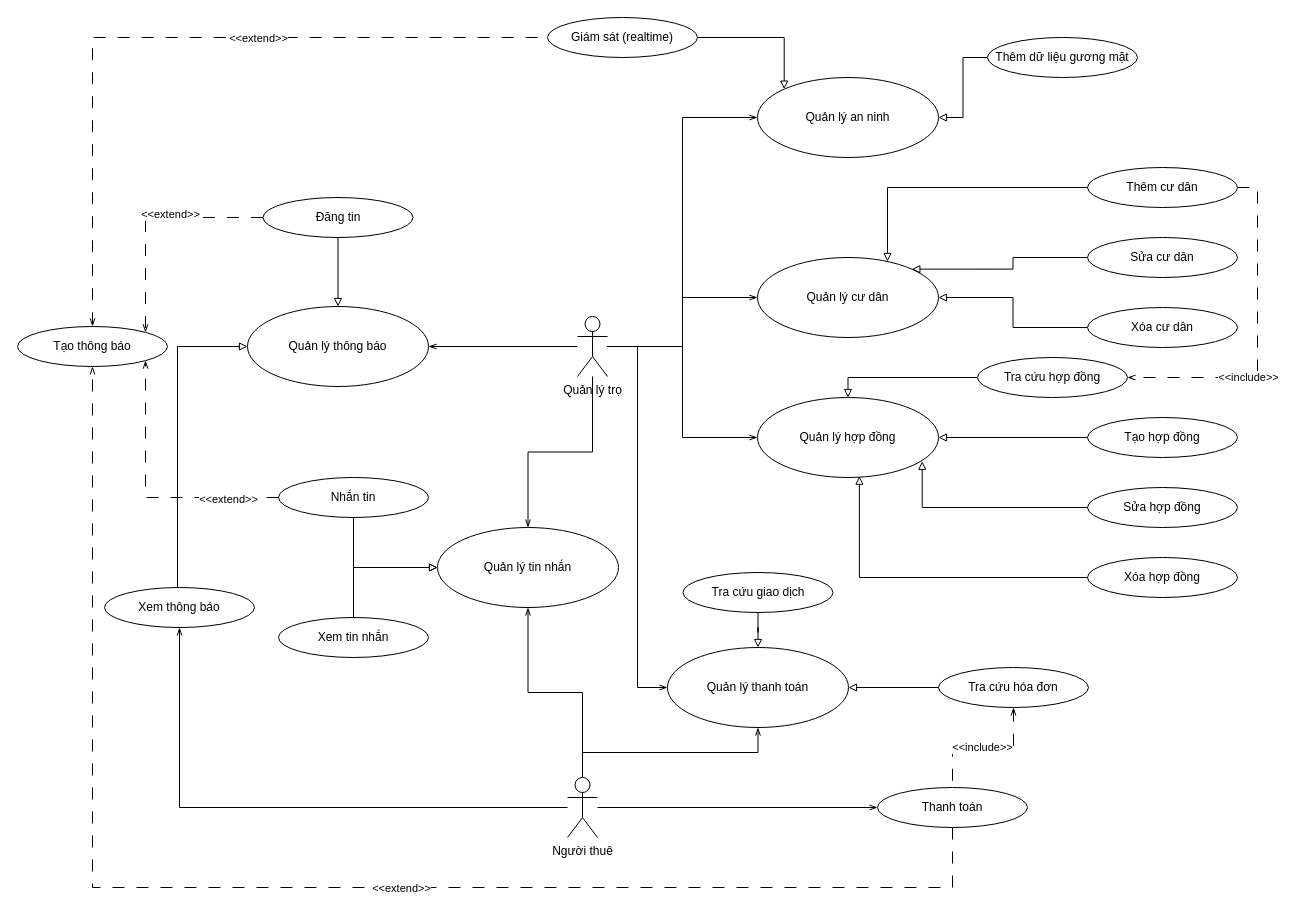
Above: documents/usecase-diagram.drawio in fatthinh/house_rental_management (draw.io), before the change. Source tidied: cells renumbered, new cells numbered last; positions are measured from the earlier drawing's top-left corner, leaving out a move shared by most shapes. Both pictures are drawn from the tidied source at 100%, with x=0, y=0 at pixel (17, 17).
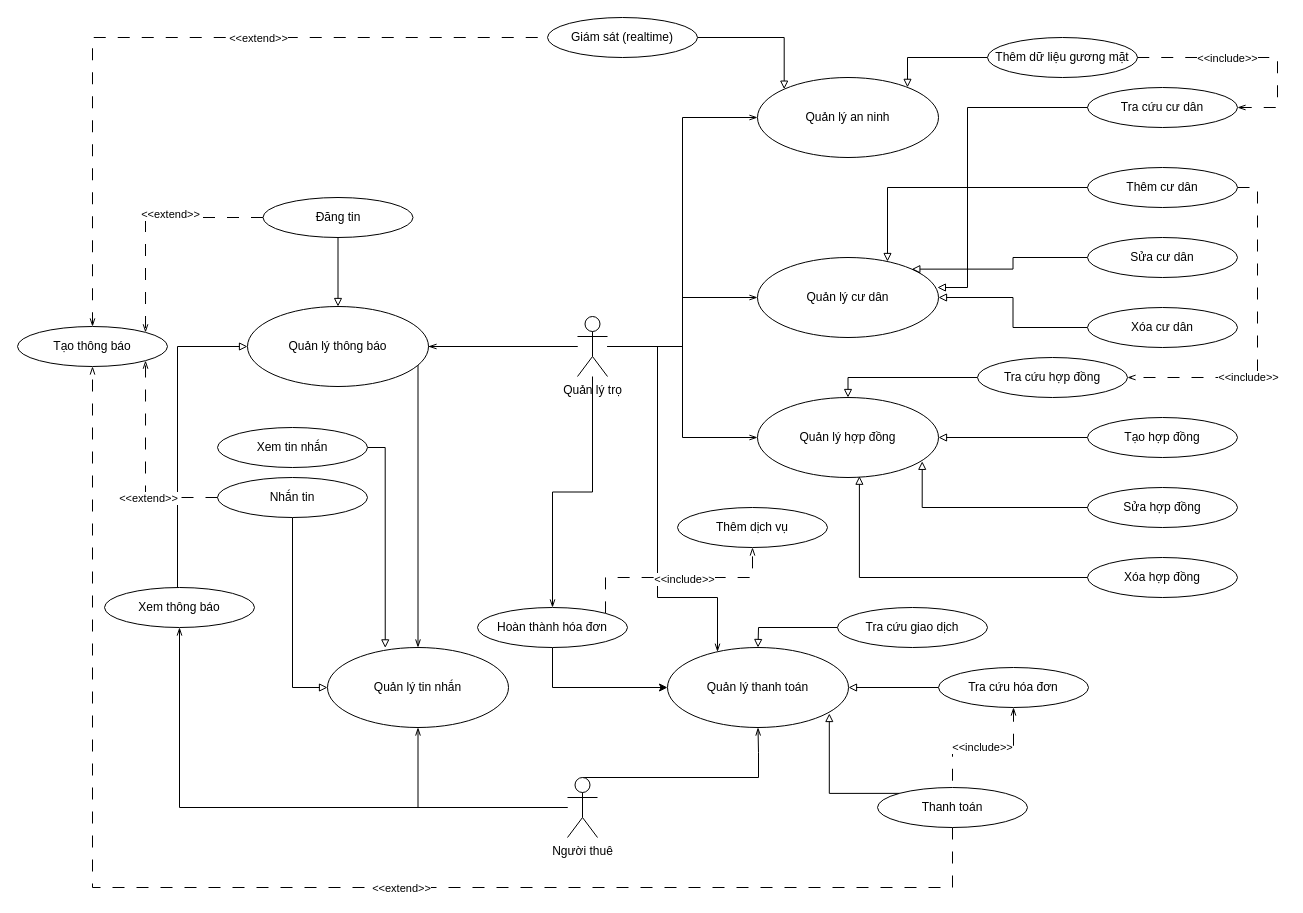
The same diagram, later.

Unchanged cells that the change refers to:
```xml
<mxCell id="8" value="Quản lý trọ" style="shape=umlActor;verticalLabelPosition=bottom;verticalAlign=top;html=1;outlineConnect=0;" parent="1" vertex="1">
  <mxGeometry x="560" y="299" width="30" height="60" as="geometry" />
</mxCell>
<mxCell id="11" value="Quản lý cư dân" style="ellipse;whiteSpace=wrap;html=1;" parent="1" vertex="1">
  <mxGeometry x="740" y="240" width="181" height="80" as="geometry" />
</mxCell>
<mxCell id="26" value="Quản lý an ninh" style="ellipse;whiteSpace=wrap;html=1;" parent="1" vertex="1">
  <mxGeometry x="740" y="60" width="181" height="80" as="geometry" />
</mxCell>
<mxCell id="30" value="Thêm dữ liệu gương mặt" style="ellipse;whiteSpace=wrap;html=1;" parent="1" vertex="1">
  <mxGeometry x="970" y="20" width="150" height="40" as="geometry" />
</mxCell>
<mxCell id="35" value="Người thuê" style="shape=umlActor;verticalLabelPosition=bottom;verticalAlign=top;html=1;outlineConnect=0;" parent="1" vertex="1">
  <mxGeometry x="550" y="760" width="30" height="60" as="geometry" />
</mxCell>
<mxCell id="36" value="Quản lý thanh toán" style="ellipse;whiteSpace=wrap;html=1;" parent="1" vertex="1">
  <mxGeometry x="650" y="630" width="181" height="80" as="geometry" />
</mxCell>
<mxCell id="44" value="Thanh toán" style="ellipse;whiteSpace=wrap;html=1;" parent="1" vertex="1">
  <mxGeometry x="860" y="770" width="150" height="40" as="geometry" />
</mxCell>
<mxCell id="60" style="edgeStyle=orthogonalEdgeStyle;rounded=0;jettySize=auto;html=1;entryX=1;entryY=1;entryDx=0;entryDy=0;endArrow=openThin;endFill=0;dashed=1;dashPattern=12 12;" parent="1" edge="1" source="57" target="50">
  <mxGeometry relative="1" as="geometry">
    <Array as="points">
      <mxPoint x="128" y="480" />
    </Array>
  </mxGeometry>
</mxCell>
```

The edit, as a diff of the source:
```diff
@@
     <mxCell id="5" style="edgeStyle=orthogonalEdgeStyle;rounded=0;jettySize=auto;html=1;endArrow=openThin;endFill=0;" parent="1" edge="1" source="8" target="36">
       <mxGeometry relative="1" as="geometry">
         <Array as="points">
-          <mxPoint x="620" y="329" />
-          <mxPoint x="620" y="670" />
+          <mxPoint x="640" y="329" />
+          <mxPoint x="640" y="580" />
+          <mxPoint x="700" y="580" />
         </Array>
       </mxGeometry>
     </mxCell>
@@
+    <mxCell id="62" style="edgeStyle=orthogonalEdgeStyle;rounded=0;jettySize=auto;html=1;endArrow=openThin;endFill=0;" parent="1" edge="1" source="8" target="68">
+      <mxGeometry relative="1" as="geometry" />
+    </mxCell>
@@
     <mxCell id="29" style="edgeStyle=orthogonalEdgeStyle;rounded=0;jettySize=auto;html=1;exitX=0;exitY=0.5;exitDx=0;exitDy=0;endArrow=block;endFill=0;" parent="1" edge="1" source="30" target="26">
-      <mxGeometry relative="1" as="geometry" />
+      <mxGeometry relative="1" as="geometry">
+        <Array as="points">
+          <mxPoint x="890" y="40" />
+        </Array>
+      </mxGeometry>
     </mxCell>
@@
-    <mxCell id="31" style="edgeStyle=orthogonalEdgeStyle;rounded=0;jettySize=auto;html=1;endArrow=openThin;endFill=0;" parent="1" edge="1" source="35" target="44">
-      <mxGeometry relative="1" as="geometry" />
-    </mxCell>
     <mxCell id="32" style="edgeStyle=orthogonalEdgeStyle;rounded=0;jettySize=auto;html=1;endArrow=openThin;endFill=0;exitX=0.5;exitY=0;exitDx=0;exitDy=0;exitPerimeter=0;" parent="1" edge="1" source="35" target="36">
-      <mxGeometry relative="1" as="geometry" />
+      <mxGeometry relative="1" as="geometry">
+        <Array as="points">
+          <mxPoint x="741" y="760" />
+          <mxPoint x="741" y="735" />
+        </Array>
+      </mxGeometry>
     </mxCell>
@@
-    <mxCell id="40" style="edgeStyle=orthogonalEdgeStyle;rounded=0;jettySize=auto;html=1;exitX=0.5;exitY=1;exitDx=0;exitDy=0;endArrow=block;endFill=0;" parent="1" edge="1" source="41" target="36">
-      <mxGeometry relative="1" as="geometry" />
+    <mxCell id="40" style="edgeStyle=orthogonalEdgeStyle;rounded=0;jettySize=auto;html=1;exitX=0;exitY=0.5;exitDx=0;exitDy=0;endArrow=block;endFill=0;" parent="1" edge="1" source="41" target="36">
+      <mxGeometry relative="1" as="geometry">
+        <Array as="points">
+          <mxPoint x="741" y="610" />
+        </Array>
+      </mxGeometry>
     </mxCell>
     <mxCell id="41" value="Tra cứu giao dịch" style="ellipse;whiteSpace=wrap;html=1;" parent="1" vertex="1">
-      <mxGeometry x="665.5" y="555" width="150" height="40" as="geometry" />
+      <mxGeometry x="820" y="590" width="150" height="40" as="geometry" />
     </mxCell>
@@
     <mxCell id="55" value="Quản lý tin nhắn" style="ellipse;whiteSpace=wrap;html=1;" parent="1" vertex="1">
-      <mxGeometry x="420" y="510" width="181" height="80" as="geometry" />
+      <mxGeometry x="310" y="630" width="181" height="80" as="geometry" />
     </mxCell>
@@
     <mxCell id="57" value="Nhắn tin" style="ellipse;whiteSpace=wrap;html=1;" parent="1" vertex="1">
-      <mxGeometry x="261" y="460" width="150" height="40" as="geometry" />
+      <mxGeometry x="200" y="460" width="150" height="40" as="geometry" />
     </mxCell>
-    <mxCell id="58" style="edgeStyle=orthogonalEdgeStyle;rounded=0;jettySize=auto;html=1;exitX=0.5;exitY=0;exitDx=0;exitDy=0;entryX=0;entryY=0.5;entryDx=0;entryDy=0;endArrow=block;endFill=0;" parent="1" edge="1" source="59" target="55">
-      <mxGeometry relative="1" as="geometry" />
+    <mxCell id="58" style="edgeStyle=orthogonalEdgeStyle;rounded=0;jettySize=auto;html=1;exitX=1;exitY=0.5;exitDx=0;exitDy=0;entryX=0.319;entryY=0.005;entryDx=0;entryDy=0;endArrow=block;endFill=0;entryPerimeter=0;" parent="1" edge="1" source="59" target="55">
+      <mxGeometry relative="1" as="geometry">
+        <Array as="points">
+          <mxPoint x="368" y="430" />
+        </Array>
+      </mxGeometry>
     </mxCell>
     <mxCell id="59" value="Xem tin nhắn" style="ellipse;whiteSpace=wrap;html=1;" parent="1" vertex="1">
-      <mxGeometry x="261" y="600" width="150" height="40" as="geometry" />
+      <mxGeometry x="200" y="410" width="150" height="40" as="geometry" />
     </mxCell>
@@
     <mxCell id="61" value="&amp;lt;&amp;lt;extend&amp;gt;&amp;gt;" style="edgeLabel;html=1;align=center;verticalAlign=middle;" parent="60" vertex="1">
       <mxGeometry x="0.32" y="-3" relative="1" as="geometry">
-        <mxPoint x="79" y="46" as="offset" />
+        <mxPoint x="-1" y="66" as="offset" />
       </mxGeometry>
     </mxCell>
+    <mxCell id="63" style="edgeStyle=orthogonalEdgeStyle;rounded=0;jettySize=auto;html=1;exitX=0;exitY=0;exitDx=0;exitDy=0;entryX=0.894;entryY=0.825;entryDx=0;entryDy=0;entryPerimeter=0;endArrow=block;endFill=0;" parent="1" edge="1" source="44" target="36">
+      <mxGeometry relative="1" as="geometry" />
+    </mxCell>
+    <mxCell id="64" value="Thêm dịch vụ" style="ellipse;whiteSpace=wrap;html=1;" parent="1" vertex="1">
+      <mxGeometry x="660" y="490" width="150" height="40" as="geometry" />
+    </mxCell>
+    <mxCell id="65" style="edgeStyle=orthogonalEdgeStyle;rounded=0;jettySize=auto;html=1;exitX=0.5;exitY=1;exitDx=0;exitDy=0;" parent="1" edge="1" source="68" target="36">
+      <mxGeometry relative="1" as="geometry" />
+    </mxCell>
+    <mxCell id="66" style="edgeStyle=orthogonalEdgeStyle;rounded=0;jettySize=auto;html=1;exitX=1;exitY=0;exitDx=0;exitDy=0;entryX=0.5;entryY=1;entryDx=0;entryDy=0;endArrow=openThin;endFill=0;dashed=1;dashPattern=12 12;" parent="1" edge="1" source="68" target="64">
+      <mxGeometry relative="1" as="geometry">
+        <Array as="points">
+          <mxPoint x="588" y="560" />
+          <mxPoint x="735" y="560" />
+        </Array>
+      </mxGeometry>
+    </mxCell>
+    <mxCell id="67" value="&amp;lt;&amp;lt;include&amp;gt;&amp;gt;" style="edgeLabel;html=1;align=center;verticalAlign=middle;" parent="66" vertex="1">
+      <mxGeometry x="0.07" y="-1" relative="1" as="geometry" />
+    </mxCell>
+    <mxCell id="68" value="Hoàn thành hóa đơn" style="ellipse;whiteSpace=wrap;html=1;" parent="1" vertex="1">
+      <mxGeometry x="460" y="590" width="150" height="40" as="geometry" />
+    </mxCell>
+    <mxCell id="69" style="edgeStyle=orthogonalEdgeStyle;rounded=0;jettySize=auto;html=1;exitX=1;exitY=0.5;exitDx=0;exitDy=0;entryX=1;entryY=0.5;entryDx=0;entryDy=0;dashed=1;dashPattern=12 12;endArrow=none;endFill=0;startArrow=openThin;startFill=0;" parent="1" edge="1" source="71" target="30">
+      <mxGeometry relative="1" as="geometry">
+        <Array as="points">
+          <mxPoint x="1260" y="90" />
+          <mxPoint x="1260" y="40" />
+        </Array>
+      </mxGeometry>
+    </mxCell>
+    <mxCell id="70" value="&amp;lt;&amp;lt;include&amp;gt;&amp;gt;" style="edgeLabel;html=1;align=center;verticalAlign=middle;" parent="69" vertex="1">
+      <mxGeometry x="0.11" relative="1" as="geometry">
+        <mxPoint x="-13" as="offset" />
+      </mxGeometry>
+    </mxCell>
+    <mxCell id="71" value="Tra cứu cư dân" style="ellipse;whiteSpace=wrap;html=1;" parent="1" vertex="1">
+      <mxGeometry x="1070" y="70" width="150" height="40" as="geometry" />
+    </mxCell>
+    <mxCell id="72" style="edgeStyle=orthogonalEdgeStyle;rounded=0;jettySize=auto;html=1;entryX=0.994;entryY=0.375;entryDx=0;entryDy=0;entryPerimeter=0;endArrow=block;endFill=0;" parent="1" edge="1" source="71" target="11">
+      <mxGeometry relative="1" as="geometry">
+        <Array as="points">
+          <mxPoint x="950" y="90" />
+          <mxPoint x="950" y="270" />
+        </Array>
+      </mxGeometry>
+    </mxCell>
```
